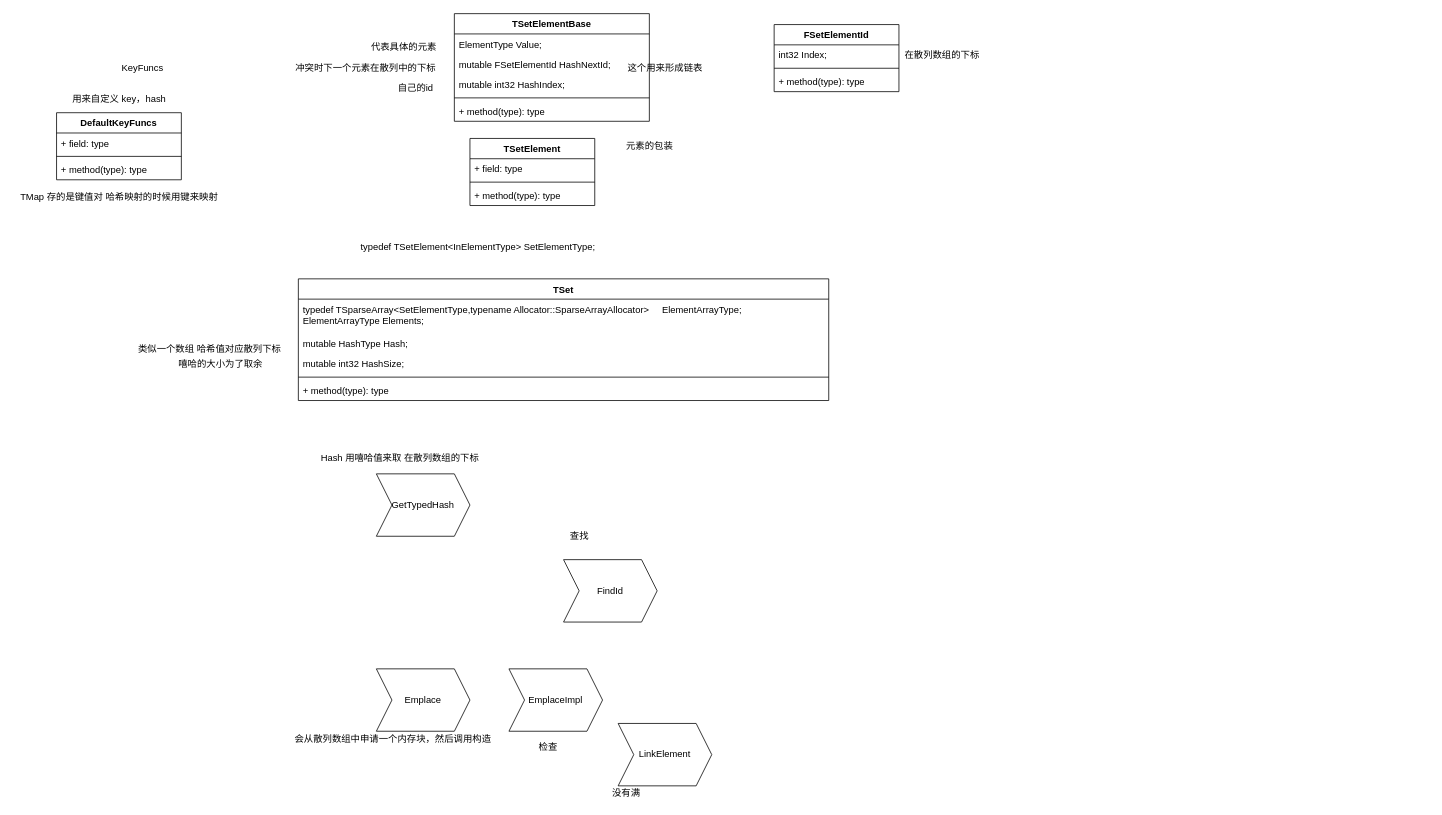
Above: page "Set 和 Map" (3 of 3) of UE4/常用数据结构.drawio in 1995zmj/ZMJ (draw.io), before the change. Source tidied: cells renumbered, new cells numbered last; positions are measured from the earlier drawing's top-left corner, leaving out a move shared by most shapes. Both pictures are drawn from the tidied source at 78%, with x=0, y=0 at pixel (13, 13).
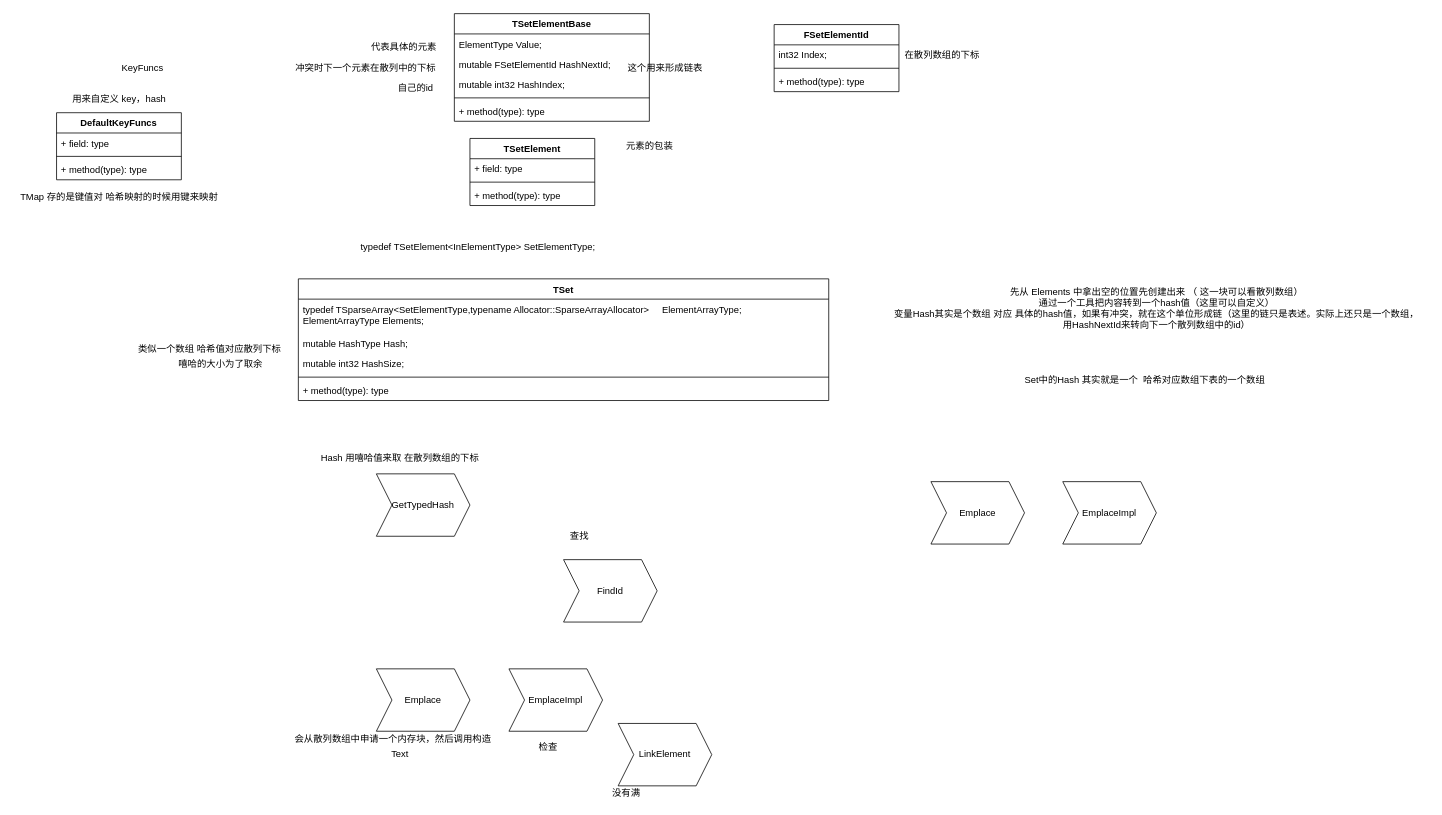
After the change.

What changed in the source:
```diff
@@
+    <mxCell id="48" value="先从&amp;nbsp;&lt;span style=&quot;text-align: left;&quot;&gt;Elements 中拿出空的位置先创建出来 （ 这一块可以看散列数组）&lt;br&gt;通过一个工具把内容转到一个hash值（这里可以自定义）&lt;br&gt;变量Hash其实是个数组 对应 具体的hash值，如果有冲突，就在这个单位形成链（这里的链只是表述。实际上还只是一个数组，&lt;br&gt;用HashNextId来转向下一个散列数组中的id）&lt;br&gt;&lt;br&gt;&lt;/span&gt;" style="text;html=1;align=center;verticalAlign=middle;strokeColor=none;fillColor=none;" parent="1" vertex="1">
+      <mxGeometry x="1115" y="340" width="700" height="90" as="geometry" />
+    </mxCell>
+    <mxCell id="49" value="Emplace" style="shape=step;perimeter=stepPerimeter;whiteSpace=wrap;html=1;fixedSize=1;" parent="1" vertex="1">
+      <mxGeometry x="1176" y="600" width="120" height="80" as="geometry" />
+    </mxCell>
+    <mxCell id="50" value="EmplaceImpl" style="shape=step;perimeter=stepPerimeter;whiteSpace=wrap;html=1;fixedSize=1;" parent="1" vertex="1">
+      <mxGeometry x="1345" y="600" width="120" height="80" as="geometry" />
+    </mxCell>
+    <mxCell id="51" value="Set中的Hash 其实就是一个&amp;nbsp; 哈希对应数组下表的一个数组" style="text;html=1;align=center;verticalAlign=middle;strokeColor=none;fillColor=none;" parent="1" vertex="1">
+      <mxGeometry x="1285" y="455" width="330" height="30" as="geometry" />
+    </mxCell>
+    <mxCell id="52" value="Text" style="text;html=1;align=center;verticalAlign=middle;strokeColor=none;fillColor=none;" parent="1" vertex="1">
+      <mxGeometry x="470" y="935" width="50" height="30" as="geometry" />
+    </mxCell>
```
